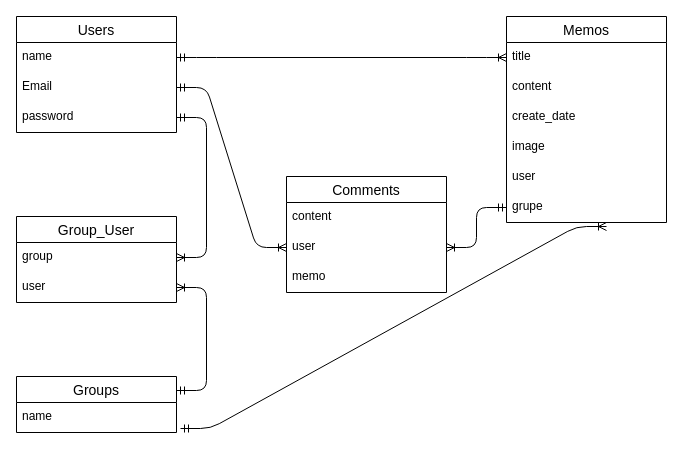
waka-syu/memo-app-17110 keeps this draw.io diagram as config/memo.dio. Above is the earlier version. Source tidied: cells renumbered, new cells numbered last; positions are measured from the earlier drawing's top-left corner, leaving out a move shared by most shapes. Both pictures are drawn from the tidied source at 100%, with x=0, y=0 at pixel (16, 16).
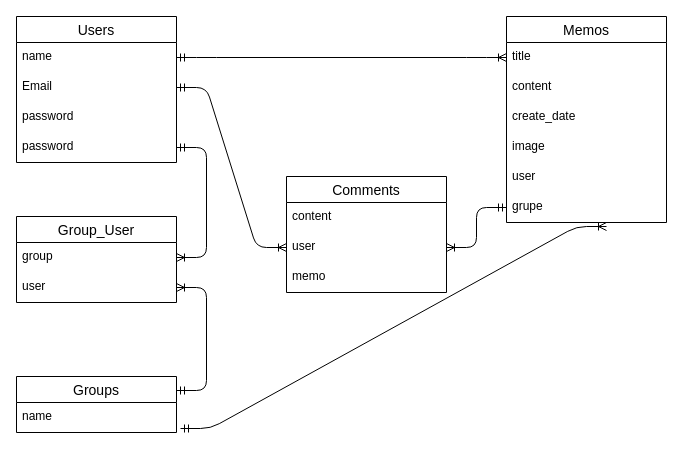
After the change.

The edit, as a diff of the source:
```diff
@@
     <mxCell id="2" value="Users" style="swimlane;fontStyle=0;horizontal=1;startSize=26;align=center;fontSize=14;" parent="1" vertex="1">
-      <mxGeometry width="160" height="116" as="geometry" />
+      <mxGeometry width="160" height="146" as="geometry" />
     </mxCell>
@@
+    <mxCell id="28" value="password" style="text;strokeColor=none;fillColor=none;spacingLeft=4;spacingRight=4;overflow=hidden;fontSize=12;" parent="2" vertex="1">
+      <mxGeometry y="86" width="160" height="30" as="geometry" />
+    </mxCell>
     <mxCell id="5" value="password" style="text;strokeColor=none;fillColor=none;spacingLeft=4;spacingRight=4;overflow=hidden;points=[[0,0.5],[1,0.5]];portConstraint=eastwest;fontSize=12;" parent="2" vertex="1">
-      <mxGeometry y="86" width="160" height="30" as="geometry" />
+      <mxGeometry y="116" width="160" height="30" as="geometry" />
     </mxCell>
```
